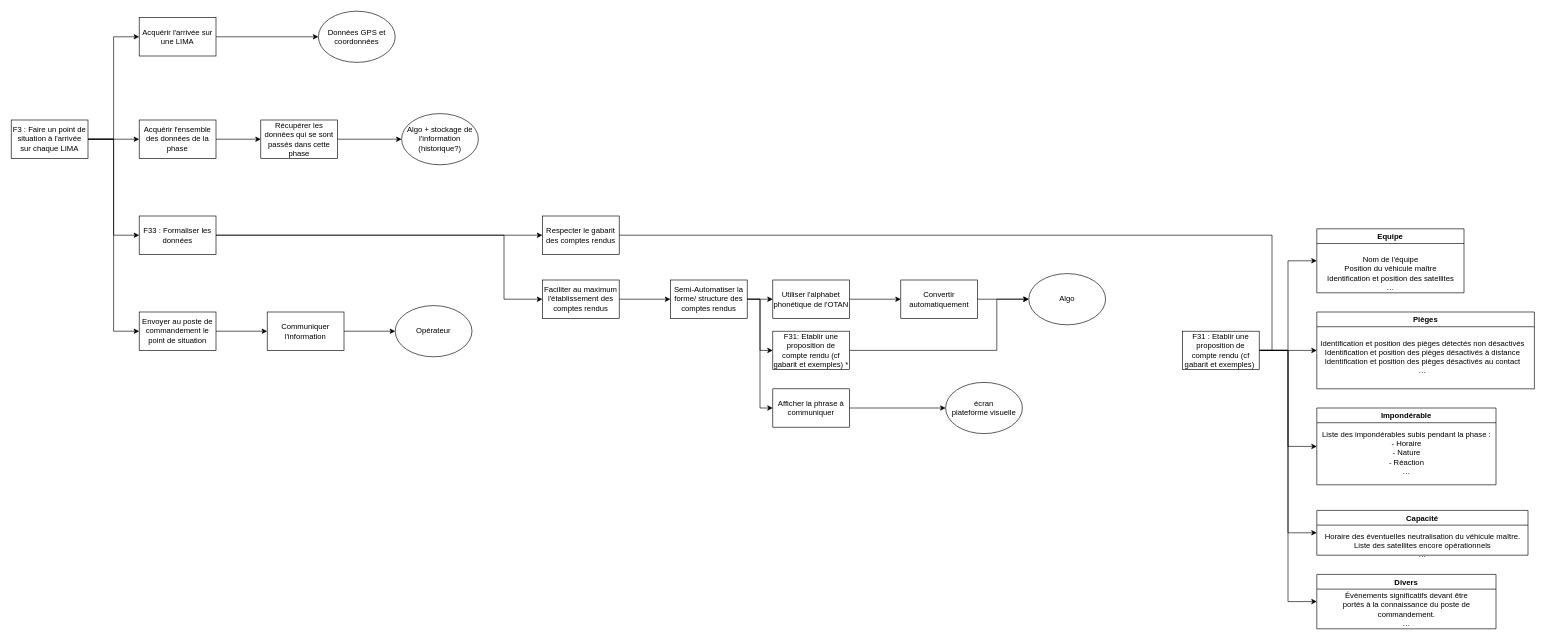
annieliu52/CoHoMa keeps this draw.io diagram as Diagrammes/F3 Point de situation LIMA.drawio. Above is the earlier version. Source tidied: cells renumbered, new cells numbered last; positions are measured from the earlier drawing's top-left corner, leaving out a move shared by most shapes. Both pictures are drawn from the tidied source at 64%, with x=0, y=0 at pixel (11, 11).
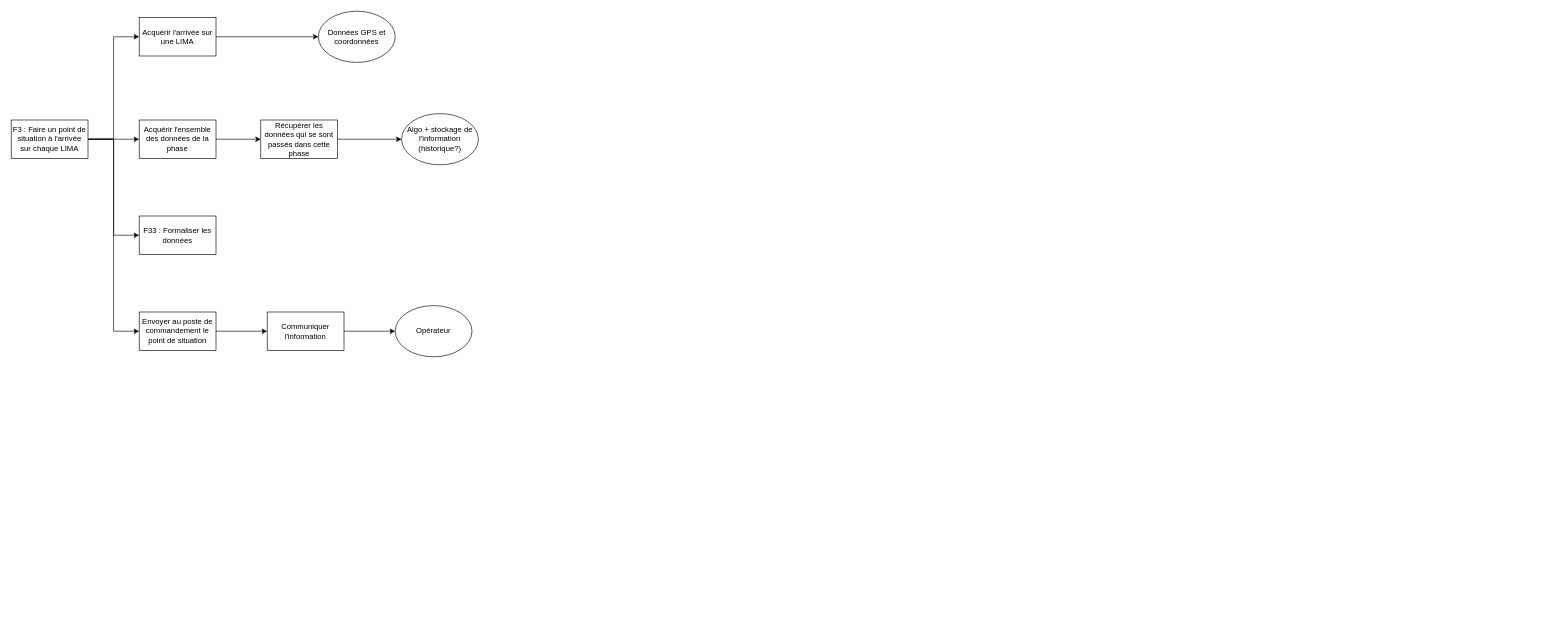
Above is the later version.

The change refers to these unchanged cells:
```xml
<mxCell id="18" value="F33 : Formaliser les données" style="rounded=0;whiteSpace=wrap;html=1;" parent="1" vertex="1">
  <mxGeometry x="200" y="320" width="120" height="60" as="geometry" />
</mxCell>
```

The edit, as a diff of the source:
```diff
@@
-    <mxCell id="16" style="edgeStyle=orthogonalEdgeStyle;rounded=0;jettySize=auto;html=1;exitX=1;exitY=0.5;exitDx=0;exitDy=0;entryX=0;entryY=0.5;entryDx=0;entryDy=0;" parent="1" edge="1" source="18" target="24">
-      <mxGeometry relative="1" as="geometry" />
-    </mxCell>
-    <mxCell id="17" style="edgeStyle=orthogonalEdgeStyle;rounded=0;jettySize=auto;html=1;exitX=1;exitY=0.5;exitDx=0;exitDy=0;entryX=0;entryY=0.5;entryDx=0;entryDy=0;" parent="1" edge="1" source="18" target="26">
-      <mxGeometry relative="1" as="geometry">
-        <Array as="points">
-          <mxPoint x="770" y="350" />
-          <mxPoint x="770" y="450" />
-        </Array>
-      </mxGeometry>
-    </mxCell>
@@
-    <mxCell id="23" style="edgeStyle=orthogonalEdgeStyle;rounded=0;jettySize=auto;html=1;exitX=1;exitY=0.5;exitDx=0;exitDy=0;entryX=1;entryY=0.5;entryDx=0;entryDy=0;endArrow=none;endFill=0;" parent="1" edge="1" source="24" target="46">
-      <mxGeometry relative="1" as="geometry" />
-    </mxCell>
-    <mxCell id="24" value="Respecter le gabarit des comptes rendus" style="rounded=0;whiteSpace=wrap;html=1;" parent="1" vertex="1">
-      <mxGeometry x="830" y="320" width="120" height="60" as="geometry" />
-    </mxCell>
-    <mxCell id="25" style="edgeStyle=orthogonalEdgeStyle;rounded=0;jettySize=auto;html=1;exitX=1;exitY=0.5;exitDx=0;exitDy=0;entryX=0;entryY=0.5;entryDx=0;entryDy=0;" parent="1" edge="1" source="26" target="30">
-      <mxGeometry relative="1" as="geometry" />
-    </mxCell>
-    <mxCell id="26" value="Faciliter au maximum l'établissement des comptes rendus" style="rounded=0;whiteSpace=wrap;html=1;" parent="1" vertex="1">
-      <mxGeometry x="830" y="420" width="120" height="60" as="geometry" />
-    </mxCell>
-    <mxCell id="27" style="edgeStyle=orthogonalEdgeStyle;rounded=0;jettySize=auto;html=1;exitX=1;exitY=0.5;exitDx=0;exitDy=0;entryX=0;entryY=0.5;entryDx=0;entryDy=0;" parent="1" edge="1" source="30" target="32">
-      <mxGeometry relative="1" as="geometry" />
-    </mxCell>
-    <mxCell id="28" style="edgeStyle=orthogonalEdgeStyle;rounded=0;jettySize=auto;html=1;exitX=1;exitY=0.5;exitDx=0;exitDy=0;entryX=0;entryY=0.5;entryDx=0;entryDy=0;" parent="1" edge="1" source="30" target="34">
-      <mxGeometry relative="1" as="geometry" />
-    </mxCell>
-    <mxCell id="29" style="edgeStyle=orthogonalEdgeStyle;rounded=0;jettySize=auto;html=1;exitX=1;exitY=0.5;exitDx=0;exitDy=0;entryX=0;entryY=0.5;entryDx=0;entryDy=0;" parent="1" edge="1" source="30" target="36">
-      <mxGeometry relative="1" as="geometry" />
-    </mxCell>
-    <mxCell id="30" value="Semi-Automatiser la forme/ structure des comptes rendus" style="rounded=0;whiteSpace=wrap;html=1;" parent="1" vertex="1">
-      <mxGeometry x="1030" y="420" width="120" height="60" as="geometry" />
-    </mxCell>
-    <mxCell id="31" style="edgeStyle=orthogonalEdgeStyle;rounded=0;jettySize=auto;html=1;exitX=1;exitY=0.5;exitDx=0;exitDy=0;entryX=0;entryY=0.5;entryDx=0;entryDy=0;" parent="1" edge="1" source="32" target="39">
-      <mxGeometry relative="1" as="geometry" />
-    </mxCell>
-    <mxCell id="32" value="Utiliser l'alphabet phonétique de l'OTAN" style="rounded=0;whiteSpace=wrap;html=1;" parent="1" vertex="1">
-      <mxGeometry x="1190" y="420" width="120" height="60" as="geometry" />
-    </mxCell>
-    <mxCell id="33" style="edgeStyle=orthogonalEdgeStyle;rounded=0;jettySize=auto;html=1;exitX=1;exitY=0.5;exitDx=0;exitDy=0;entryX=0;entryY=0.5;entryDx=0;entryDy=0;" parent="1" edge="1" source="34" target="40">
-      <mxGeometry relative="1" as="geometry">
-        <Array as="points">
-          <mxPoint x="1540" y="530" />
-          <mxPoint x="1540" y="450" />
-        </Array>
-      </mxGeometry>
-    </mxCell>
-    <mxCell id="34" value="F31: Etablir une proposition de compte rendu (cf gabarit et exemples) *" style="rounded=0;whiteSpace=wrap;html=1;" parent="1" vertex="1">
-      <mxGeometry x="1190" y="500" width="120" height="60" as="geometry" />
-    </mxCell>
-    <mxCell id="35" style="edgeStyle=orthogonalEdgeStyle;rounded=0;jettySize=auto;html=1;exitX=1;exitY=0.5;exitDx=0;exitDy=0;entryX=0;entryY=0.5;entryDx=0;entryDy=0;" parent="1" edge="1" source="36" target="37">
-      <mxGeometry relative="1" as="geometry" />
-    </mxCell>
-    <mxCell id="36" value="Afficher la phrase à communiquer" style="rounded=0;whiteSpace=wrap;html=1;" parent="1" vertex="1">
-      <mxGeometry x="1190" y="590" width="120" height="60" as="geometry" />
-    </mxCell>
-    <mxCell id="37" value="écran&lt;br&gt;plateforme visuelle" style="ellipse;whiteSpace=wrap;html=1;" parent="1" vertex="1">
-      <mxGeometry x="1460" y="580" width="120" height="80" as="geometry" />
-    </mxCell>
-    <mxCell id="38" style="edgeStyle=orthogonalEdgeStyle;rounded=0;jettySize=auto;html=1;exitX=1;exitY=0.5;exitDx=0;exitDy=0;entryX=0;entryY=0.5;entryDx=0;entryDy=0;" parent="1" edge="1" source="39" target="40">
-      <mxGeometry relative="1" as="geometry" />
-    </mxCell>
-    <mxCell id="39" value="Convertir automatiquement" style="rounded=0;whiteSpace=wrap;html=1;" parent="1" vertex="1">
-      <mxGeometry x="1390" y="420" width="120" height="60" as="geometry" />
-    </mxCell>
-    <mxCell id="40" value="Algo" style="ellipse;whiteSpace=wrap;html=1;" parent="1" vertex="1">
-      <mxGeometry x="1590" y="410" width="120" height="80" as="geometry" />
-    </mxCell>
-    <mxCell id="41" style="edgeStyle=orthogonalEdgeStyle;rounded=0;jettySize=auto;html=1;exitX=1;exitY=0.5;exitDx=0;exitDy=0;entryX=0;entryY=0.5;entryDx=0;entryDy=0;" parent="1" edge="1" source="46" target="47">
-      <mxGeometry relative="1" as="geometry" />
-    </mxCell>
-    <mxCell id="42" style="edgeStyle=orthogonalEdgeStyle;rounded=0;jettySize=auto;html=1;exitX=1;exitY=0.5;exitDx=0;exitDy=0;entryX=0;entryY=0.5;entryDx=0;entryDy=0;" parent="1" edge="1" source="46" target="49">
-      <mxGeometry relative="1" as="geometry" />
-    </mxCell>
-    <mxCell id="43" style="edgeStyle=orthogonalEdgeStyle;rounded=0;jettySize=auto;html=1;exitX=1;exitY=0.5;exitDx=0;exitDy=0;entryX=0;entryY=0.5;entryDx=0;entryDy=0;" parent="1" edge="1" source="46" target="51">
-      <mxGeometry relative="1" as="geometry" />
-    </mxCell>
-    <mxCell id="44" style="edgeStyle=orthogonalEdgeStyle;rounded=0;jettySize=auto;html=1;exitX=1;exitY=0.5;exitDx=0;exitDy=0;entryX=0;entryY=0.5;entryDx=0;entryDy=0;" parent="1" edge="1" source="46" target="53">
-      <mxGeometry relative="1" as="geometry" />
-    </mxCell>
-    <mxCell id="45" style="edgeStyle=orthogonalEdgeStyle;rounded=0;jettySize=auto;html=1;exitX=1;exitY=0.5;exitDx=0;exitDy=0;entryX=0;entryY=0.5;entryDx=0;entryDy=0;" parent="1" edge="1" source="46" target="55">
-      <mxGeometry relative="1" as="geometry" />
-    </mxCell>
-    <mxCell id="46" value="F31 : Etablir une proposition de compte rendu (cf gabarit et exemples)&amp;nbsp;" style="rounded=0;whiteSpace=wrap;html=1;" parent="1" vertex="1">
-      <mxGeometry x="1830" y="500" width="120" height="60" as="geometry" />
-    </mxCell>
-    <mxCell id="47" value="Equipe" style="swimlane;" parent="1" vertex="1">
-      <mxGeometry x="2040" y="340" width="230" height="100" as="geometry" />
-    </mxCell>
-    <mxCell id="48" value="Nom de l’équipe &lt;br/&gt;Position du véhicule maître&lt;br/&gt;Identification et position des satellites &lt;br/&gt;…&lt;br&gt;" style="text;html=1;align=center;verticalAlign=middle;strokeColor=none;fillColor=none;" parent="47" vertex="1">
-      <mxGeometry x="10" y="40" width="210" height="60" as="geometry" />
-    </mxCell>
-    <mxCell id="49" value="Pièges" style="swimlane;" parent="1" vertex="1">
-      <mxGeometry x="2040" y="470" width="340" height="120" as="geometry" />
-    </mxCell>
-    <mxCell id="50" value="Identification et position des pièges détectés non désactivés&lt;br/&gt;Identification et position des pièges désactivés à distance &lt;br/&gt;Identification et position des pièges désactivés au contact&lt;br/&gt;…&lt;br&gt;" style="text;html=1;align=center;verticalAlign=middle;strokeColor=none;fillColor=none;" parent="49" vertex="1">
-      <mxGeometry y="40" width="330" height="60" as="geometry" />
-    </mxCell>
-    <mxCell id="51" value="Impondérable" style="swimlane;" parent="1" vertex="1">
-      <mxGeometry x="2040" y="620" width="280" height="120" as="geometry" />
-    </mxCell>
-    <mxCell id="52" value="Liste des impondérables subis pendant la phase :&lt;br/&gt;- Horaire&lt;br/&gt;- Nature&lt;br/&gt;- Réaction&lt;br/&gt;…" style="text;html=1;align=center;verticalAlign=middle;strokeColor=none;fillColor=none;" parent="51" vertex="1">
-      <mxGeometry y="30" width="280" height="80" as="geometry" />
-    </mxCell>
-    <mxCell id="53" value="Capacité" style="swimlane;" parent="1" vertex="1">
-      <mxGeometry x="2040" y="780" width="330" height="70" as="geometry" />
-    </mxCell>
-    <mxCell id="54" value="Horaire des éventuelles neutralisation du véhicule maître.&lt;br/&gt;Liste des satellites encore opérationnels&lt;br/&gt;…" style="text;html=1;align=center;verticalAlign=middle;strokeColor=none;fillColor=none;" parent="53" vertex="1">
-      <mxGeometry x="5" y="30" width="320" height="50" as="geometry" />
-    </mxCell>
-    <mxCell id="55" value="Divers " style="swimlane;" parent="1" vertex="1">
-      <mxGeometry x="2040" y="880" width="280" height="85" as="geometry" />
-    </mxCell>
-    <mxCell id="56" value="Évènements significatifs devant être &lt;br&gt;portés à la connaissance du poste de &lt;br&gt;commandement.&lt;br&gt;…" style="text;html=1;align=center;verticalAlign=middle;strokeColor=none;fillColor=none;" parent="55" vertex="1">
-      <mxGeometry x="35" y="25" width="210" height="60" as="geometry" />
-    </mxCell>
```
